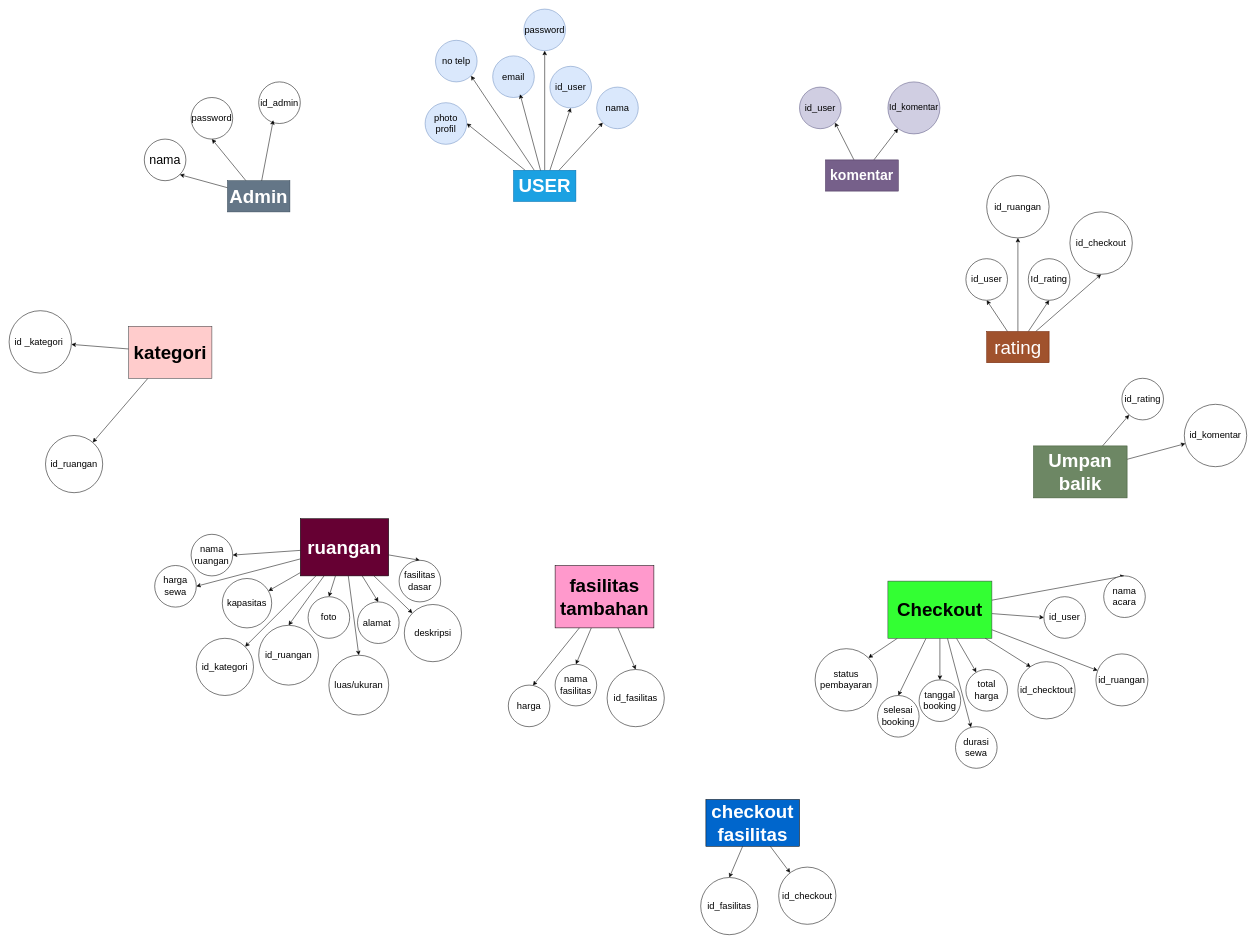
Earlier version of the draw.io diagram Diagram Tanpa Judul.drawio (ardya6/erd-dfd). Source tidied: cells renumbered, new cells numbered last; positions are measured from the earlier drawing's top-left corner, leaving out a move shared by most shapes. Both pictures are drawn from the tidied source at 52%, with x=0, y=0 at pixel (9, 9).
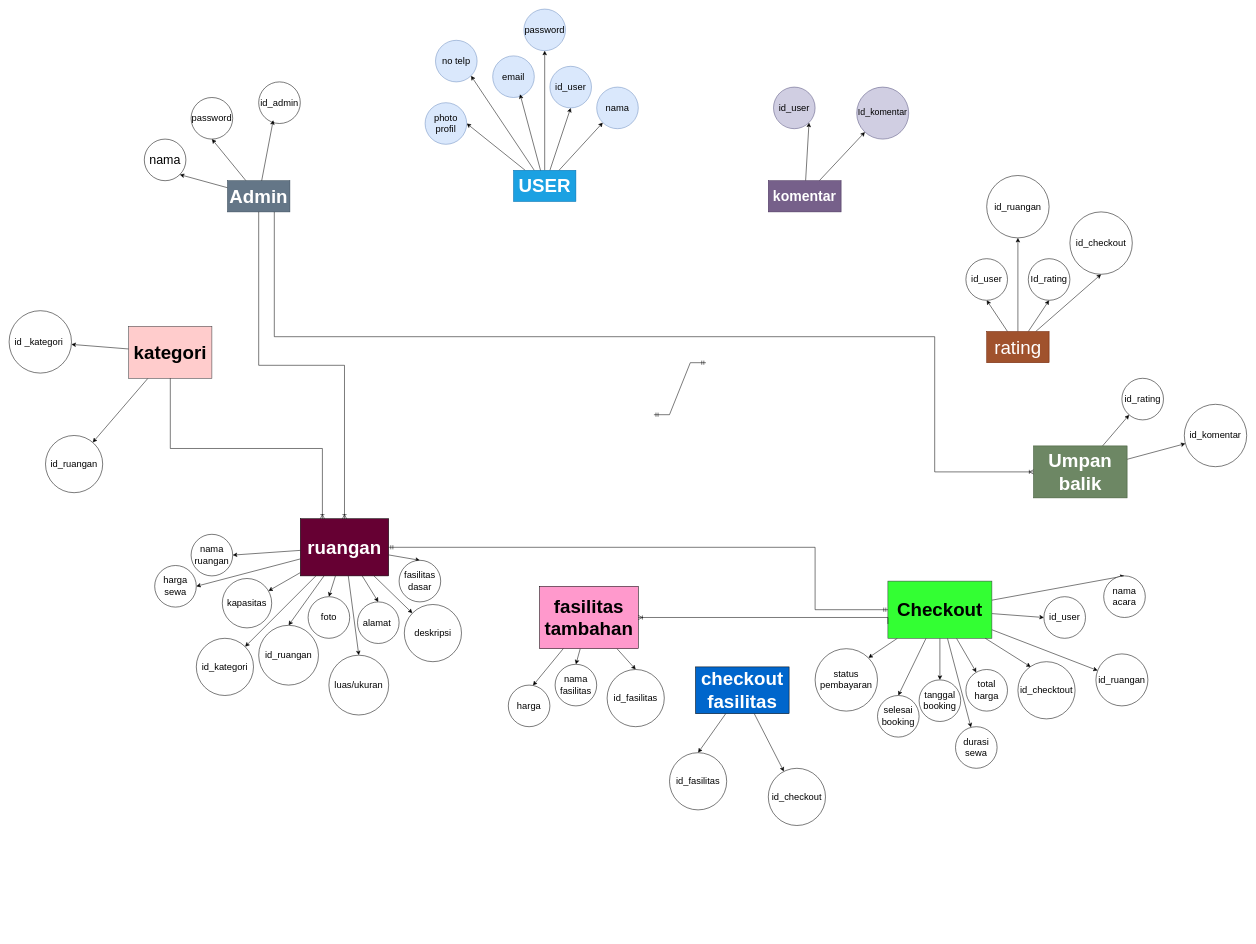
After the change.

Unchanged cells that the change refers to:
```xml
<mxCell id="30" value="&lt;font style=&quot;font-size: 36px;&quot;&gt;&lt;b&gt;Umpan balik&lt;/b&gt;&lt;/font&gt;" style="rounded=0;whiteSpace=wrap;html=1;fillColor=#6d8764;fontColor=#ffffff;strokeColor=#3A5431;" parent="1" vertex="1">
  <mxGeometry x="1970" y="840" width="180" height="100" as="geometry" />
</mxCell>
<mxCell id="41" value="&lt;b&gt;&lt;font style=&quot;font-size: 36px;&quot;&gt;Checkout&lt;/font&gt;&lt;/b&gt;" style="rounded=0;whiteSpace=wrap;html=1;fillColor=#33FF33;strokeColor=#36393d;" parent="1" vertex="1">
  <mxGeometry x="1690" y="1100" width="200" height="110" as="geometry" />
</mxCell>
<mxCell id="72" value="&lt;font color=&quot;#ffffff&quot; style=&quot;font-size: 36px;&quot;&gt;&lt;b&gt;ruangan&lt;/b&gt;&lt;/font&gt;" style="rounded=0;whiteSpace=wrap;html=1;fillColor=#660033;" parent="1" vertex="1">
  <mxGeometry x="560" y="980" width="170" height="110" as="geometry" />
</mxCell>
<mxCell id="85" value="&lt;font style=&quot;font-size: 36px;&quot;&gt;&lt;b&gt;kategori&lt;/b&gt;&lt;/font&gt;" style="rounded=0;whiteSpace=wrap;html=1;fillColor=#ffcccc;strokeColor=#36393d;" parent="1" vertex="1">
  <mxGeometry x="230" y="610" width="160" height="100" as="geometry" />
</mxCell>
<mxCell id="90" value="&lt;font style=&quot;font-size: 36px;&quot;&gt;&lt;b&gt;Admin&lt;/b&gt;&lt;/font&gt;" style="rounded=0;whiteSpace=wrap;html=1;fillColor=#647687;strokeColor=#314354;fontColor=#ffffff;" parent="1" vertex="1">
  <mxGeometry x="420" y="330" width="120" height="60" as="geometry" />
</mxCell>
```

Diff of the diagram source:
```diff
@@
     <mxCell id="16" value="&lt;font style=&quot;font-size: 27px;&quot;&gt;&lt;b&gt;komentar&lt;/b&gt;&lt;/font&gt;" style="rounded=0;whiteSpace=wrap;html=1;fillColor=#76608a;fontColor=#ffffff;strokeColor=#432D57;" parent="1" vertex="1">
-      <mxGeometry x="1570" y="290" width="140" height="60" as="geometry" />
+      <mxGeometry x="1460" y="330" width="140" height="60" as="geometry" />
     </mxCell>
     <mxCell id="17" value="&lt;font style=&quot;font-size: 18px;&quot;&gt;id_user&lt;/font&gt;" style="ellipse;whiteSpace=wrap;html=1;fillColor=#d0cee2;strokeColor=#56517e;" parent="1" vertex="1">
-      <mxGeometry x="1520" y="150" width="80" height="80" as="geometry" />
+      <mxGeometry x="1470" y="150" width="80" height="80" as="geometry" />
     </mxCell>
     <mxCell id="18" value="&lt;font style=&quot;font-size: 17px;&quot;&gt;Id_komentar&lt;/font&gt;" style="ellipse;whiteSpace=wrap;html=1;fillColor=#d0cee2;strokeColor=#56517e;" parent="1" vertex="1">
-      <mxGeometry x="1690" y="140" width="100" height="100" as="geometry" />
+      <mxGeometry x="1630" y="150" width="100" height="100" as="geometry" />
     </mxCell>
@@
     <mxCell id="52" value="&lt;b&gt;&lt;font style=&quot;font-size: 36px;&quot;&gt;fasilitas tambahan&lt;/font&gt;&lt;/b&gt;" style="rounded=0;whiteSpace=wrap;html=1;fillColor=#FF99CC;" parent="1" vertex="1">
-      <mxGeometry x="1050" y="1070" width="190" height="120" as="geometry" />
+      <mxGeometry x="1020" y="1110" width="190" height="120" as="geometry" />
     </mxCell>
@@
     <mxCell id="59" value="&lt;font color=&quot;#ffffff&quot; style=&quot;font-size: 36px;&quot;&gt;&lt;b&gt;checkout fasilitas&lt;/b&gt;&lt;/font&gt;" style="rounded=0;whiteSpace=wrap;html=1;fillColor=#0066CC;" parent="1" vertex="1">
-      <mxGeometry x="1340" y="1520" width="180" height="90" as="geometry" />
+      <mxGeometry x="1320" y="1265" width="180" height="90" as="geometry" />
     </mxCell>
     <mxCell id="60" value="&lt;font style=&quot;font-size: 18px;&quot;&gt;id_checkout&lt;/font&gt;" style="ellipse;whiteSpace=wrap;html=1;" parent="1" vertex="1">
-      <mxGeometry x="1480" y="1650" width="110" height="110" as="geometry" />
+      <mxGeometry x="1460" y="1460" width="110" height="110" as="geometry" />
     </mxCell>
     <mxCell id="61" value="&lt;font style=&quot;font-size: 18px;&quot;&gt;id_fasilitas&lt;/font&gt;" style="ellipse;whiteSpace=wrap;html=1;" parent="1" vertex="1">
-      <mxGeometry x="1330" y="1670" width="110" height="110" as="geometry" />
+      <mxGeometry x="1270" y="1430" width="110" height="110" as="geometry" />
     </mxCell>
@@
+    <mxCell id="98" style="edgeStyle=orthogonalEdgeStyle;fontSize=12;html=1;endArrow=ERmandOne;startArrow=ERmandOne;rounded=0;entryX=0;entryY=0.5;entryDx=0;entryDy=0;" parent="1" edge="1" source="72" target="41">
+      <mxGeometry relative="1" as="geometry">
+        <Array as="points">
+          <mxPoint x="1550" y="1035" />
+          <mxPoint x="1550" y="1155" />
+        </Array>
+      </mxGeometry>
+    </mxCell>
+    <mxCell id="99" style="edgeStyle=orthogonalEdgeStyle;fontSize=12;html=1;endArrow=ERoneToMany;rounded=0;entryX=1;entryY=0.5;entryDx=0;entryDy=0;exitX=0;exitY=0.75;exitDx=0;exitDy=0;" parent="1" edge="1" source="41" target="52">
+      <mxGeometry relative="1" as="geometry">
+        <Array as="points">
+          <mxPoint x="1690" y="1170" />
+        </Array>
+      </mxGeometry>
+    </mxCell>
+    <mxCell id="100" style="edgeStyle=orthogonalEdgeStyle;fontSize=12;html=1;endArrow=ERoneToMany;rounded=0;exitX=0.5;exitY=1;exitDx=0;exitDy=0;entryX=0.25;entryY=0;entryDx=0;entryDy=0;" parent="1" edge="1" source="85" target="72">
+      <mxGeometry relative="1" as="geometry" />
+    </mxCell>
+    <mxCell id="101" style="edgeStyle=orthogonalEdgeStyle;fontSize=12;html=1;endArrow=ERoneToMany;rounded=0;exitX=0.5;exitY=1;exitDx=0;exitDy=0;entryX=0.5;entryY=0;entryDx=0;entryDy=0;" parent="1" edge="1" source="90" target="72">
+      <mxGeometry relative="1" as="geometry" />
+    </mxCell>
+    <mxCell id="102" style="edgeStyle=orthogonalEdgeStyle;fontSize=12;html=1;endArrow=ERoneToMany;rounded=0;exitX=0.75;exitY=1;exitDx=0;exitDy=0;entryX=0;entryY=0.5;entryDx=0;entryDy=0;" parent="1" edge="1" source="90" target="30">
+      <mxGeometry relative="1" as="geometry">
+        <Array as="points">
+          <mxPoint x="510" y="630" />
+          <mxPoint x="1780" y="630" />
+          <mxPoint x="1780" y="890" />
+        </Array>
+      </mxGeometry>
+    </mxCell>
+    <mxCell id="103" style="edgeStyle=entityRelationEdgeStyle;fontSize=12;html=1;endArrow=ERmandOne;startArrow=ERmandOne;rounded=0;" parent="1" edge="1">
+      <mxGeometry relative="1" as="geometry">
+        <mxPoint x="1240" y="780" as="sourcePoint" />
+        <mxPoint x="1340" y="680" as="targetPoint" />
+      </mxGeometry>
+    </mxCell>
```
